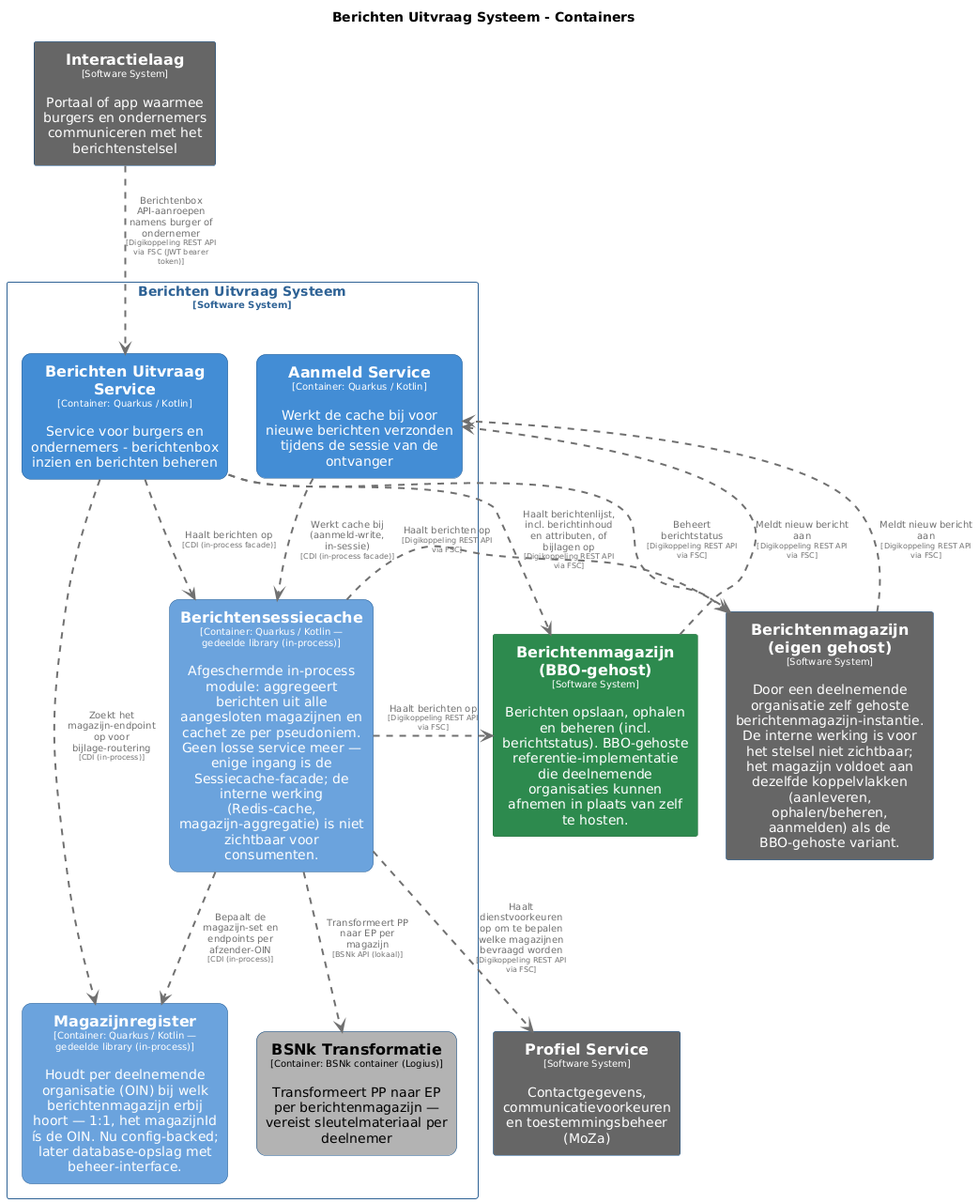
The PlantUML diagram pr-preview/pr-95/master/png/BerichtenUitvraagSysteemContainers.png in MinBZK/moza-poc-fbs-berichtenbox, before a commit.
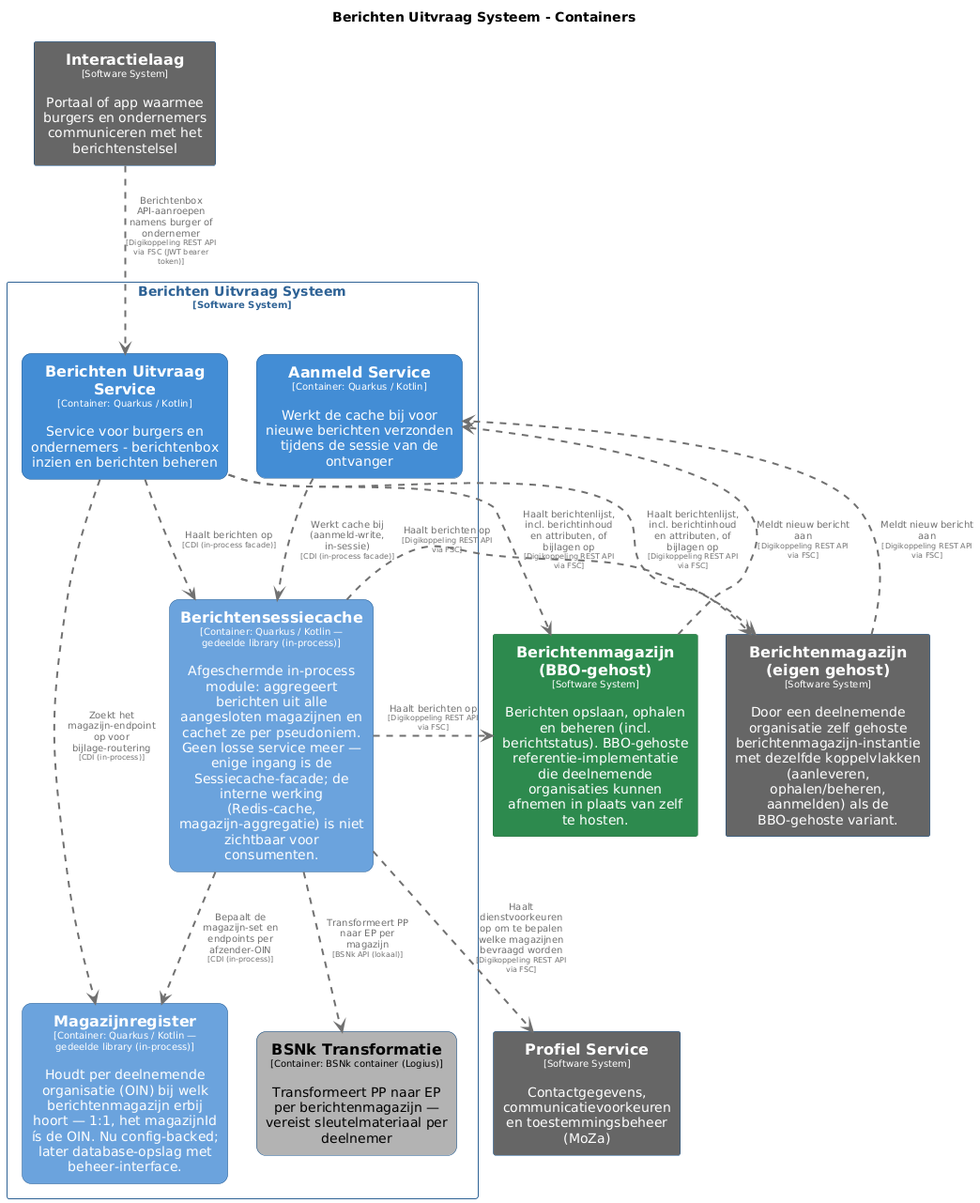
The same diagram one commit later.

What changed in the source:
```diff
@@ -82,7 +82,7 @@
 
 rectangle "==Profiel Service\n<size:10>[Software System]</size>\n\nContactgegevens, communicatievoorkeuren en toestemmingsbeheer (MoZa)" <<ProfielService>> as ProfielService
 rectangle "==Interactielaag\n<size:10>[Software System]</size>\n\nPortaal of app waarmee burgers en ondernemers communiceren met het berichtenstelsel" <<Interactielaag>> as Interactielaag
-rectangle "==Berichtenmagazijn (eigen gehost)\n<size:10>[Software System]</size>\n\nDoor een deelnemende organisatie zelf gehoste berichtenmagazijn-instantie. De interne werking is voor het stelsel niet zichtbaar; het magazijn voldoet aan dezelfde koppelvlakken (aanleveren, ophalen/beheren, aanmelden) als de BBO-gehoste variant." <<Berichtenmagazijneigengehost>> as Berichtenmagazijneigengehost
+rectangle "==Berichtenmagazijn (eigen gehost)\n<size:10>[Software System]</size>\n\nDoor een deelnemende organisatie zelf gehoste berichtenmagazijn-instantie met dezelfde koppelvlakken (aanleveren, ophalen/beheren, aanmelden) als de BBO-gehoste variant." <<Berichtenmagazijneigengehost>> as Berichtenmagazijneigengehost
 rectangle "==Berichtenmagazijn (BBO-gehost)\n<size:10>[Software System]</size>\n\nBerichten opslaan, ophalen en beheren (incl. berichtstatus). BBO-gehoste referentie-implementatie die deelnemende organisaties kunnen afnemen in plaats van zelf te hosten." <<BerichtenmagazijnBBOgehost>> as BerichtenmagazijnBBOgehost
 
 rectangle "Berichten Uitvraag Systeem\n<size:10>[Software System]</size>" <<BerichtenUitvraagSysteem>> {
@@ -95,9 +95,9 @@
 
 BerichtenUitvraagSysteem.BerichtenUitvraagService .[#707070,thickness=2].> BerichtenmagazijnBBOgehost : "<color:#707070>Haalt berichtenlijst, incl. berichtinhoud en attributen, of bijlagen op\n<color:#707070><size:8>[Digikoppeling REST API via FSC]</size>"
 BerichtenmagazijnBBOgehost .[#707070,thickness=2].> BerichtenUitvraagSysteem.AanmeldService : "<color:#707070>Meldt nieuw bericht aan\n<color:#707070><size:8>[Digikoppeling REST API via FSC]</size>"
+BerichtenUitvraagSysteem.BerichtenUitvraagService .[#707070,thickness=2].> Berichtenmagazijneigengehost : "<color:#707070>Haalt berichtenlijst, incl. berichtinhoud en attributen, of bijlagen op\n<color:#707070><size:8>[Digikoppeling REST API via FSC]</size>"
+BerichtenUitvraagSysteem.Berichtensessiecache .[#707070,thickness=2].> Berichtenmagazijneigengehost : "<color:#707070>Haalt berichten op\n<color:#707070><size:8>[Digikoppeling REST API via FSC]</size>"
 Berichtenmagazijneigengehost .[#707070,thickness=2].> BerichtenUitvraagSysteem.AanmeldService : "<color:#707070>Meldt nieuw bericht aan\n<color:#707070><size:8>[Digikoppeling REST API via FSC]</size>"
-BerichtenUitvraagSysteem.Berichtensessiecache .[#707070,thickness=2].> Berichtenmagazijneigengehost : "<color:#707070>Haalt berichten op\n<color:#707070><size:8>[Digikoppeling REST API via FSC]</size>"
-BerichtenUitvraagSysteem.BerichtenUitvraagService .[#707070,thickness=2].> Berichtenmagazijneigengehost : "<color:#707070>Beheert berichtstatus\n<color:#707070><size:8>[Digikoppeling REST API via FSC]</size>"
 BerichtenUitvraagSysteem.Berichtensessiecache .[#707070,thickness=2].> ProfielService : "<color:#707070>Haalt dienstvoorkeuren op om te bepalen welke magazijnen bevraagd worden\n<color:#707070><size:8>[Digikoppeling REST API via FSC]</size>"
 BerichtenUitvraagSysteem.Berichtensessiecache .[#707070,thickness=2].> BerichtenmagazijnBBOgehost : "<color:#707070>Haalt berichten op\n<color:#707070><size:8>[Digikoppeling REST API via FSC]</size>"
 BerichtenUitvraagSysteem.Berichtensessiecache .[#707070,thickness=2].> BerichtenUitvraagSysteem.BSNkTransformatie : "<color:#707070>Transformeert PP naar EP per magazijn\n<color:#707070><size:8>[BSNk API (lokaal)]</size>"
```
